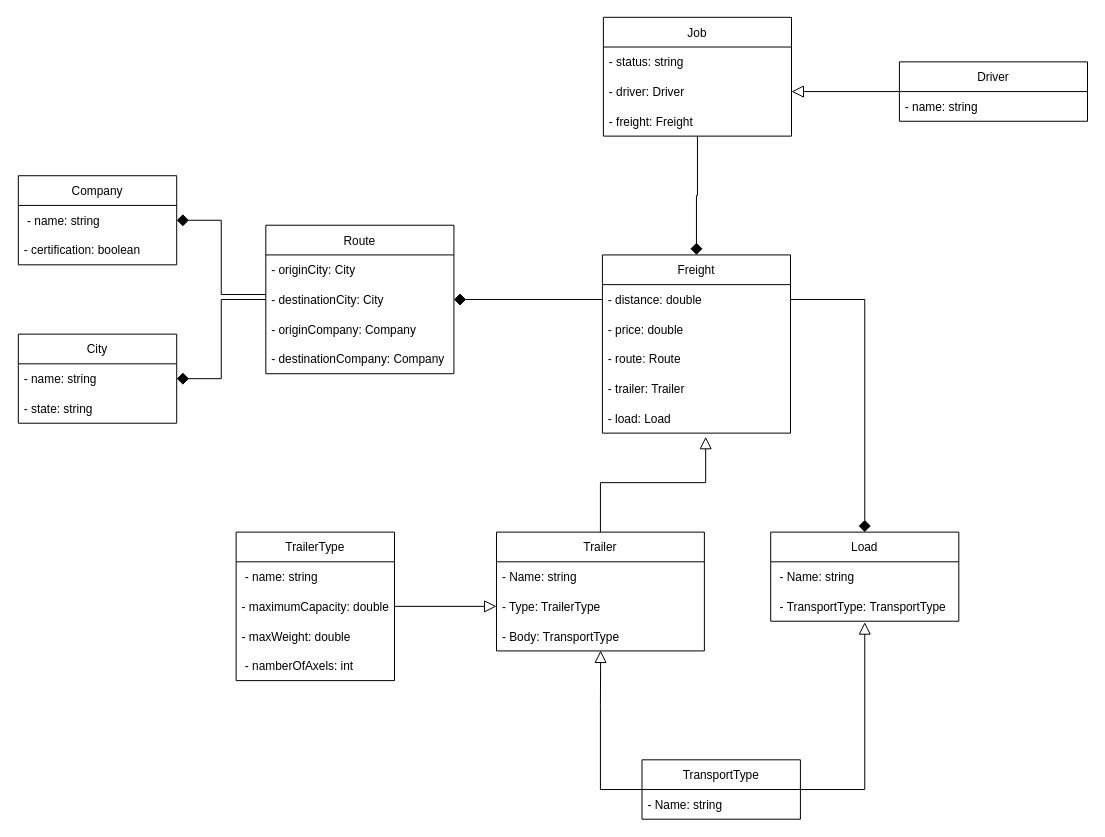
Above: diagramaDeClasse-TecnologiaEmDesenvolvimentoDeSistemas.drawio in rafaelomodei/meufrete (draw.io), before the change. Source tidied: cells renumbered, new cells numbered last; positions are measured from the earlier drawing's top-left corner, leaving out a move shared by most shapes. Both pictures are drawn from the tidied source at 99%, with x=0, y=0 at pixel (18, 17).
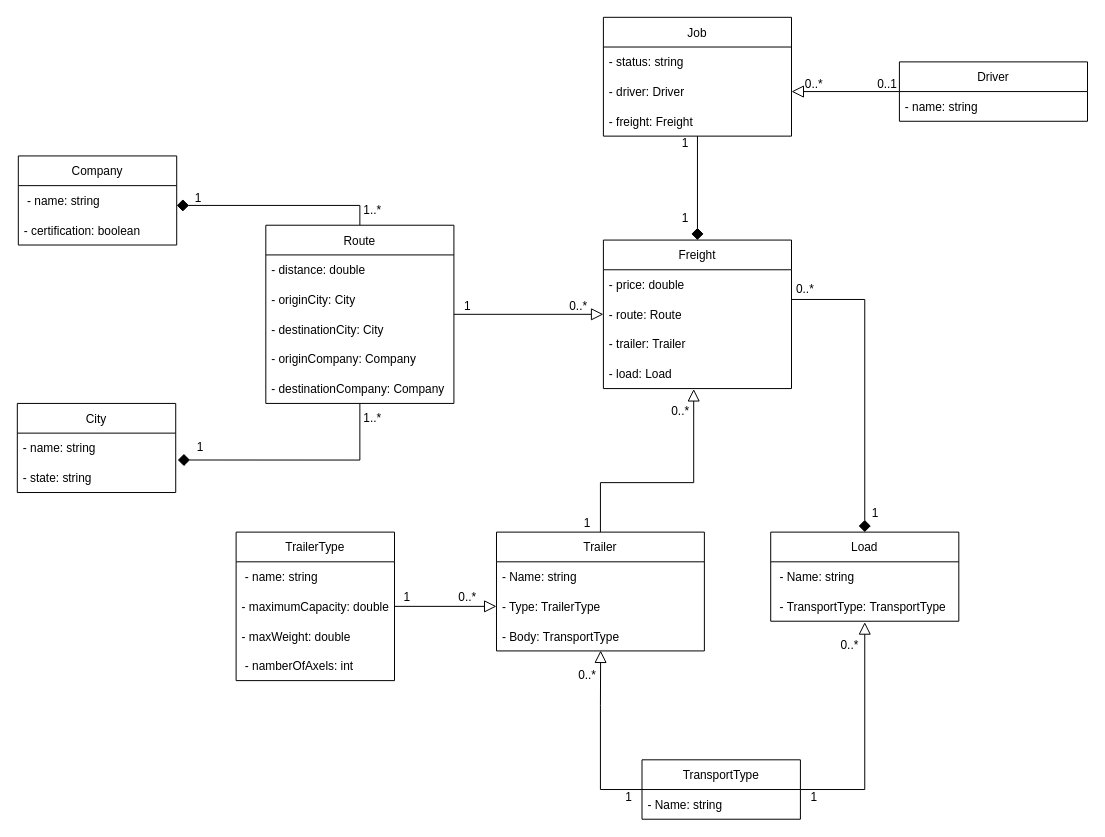
After the change.

Commit message:
multiplicity relation added

The change refers to these unchanged cells:
```xml
<mxCell id="3" value="Trailer" style="swimlane;fontStyle=0;horizontal=1;startSize=30;" parent="1" vertex="1">
  <mxGeometry x="483" y="520" width="210" height="120" as="geometry" />
</mxCell>
<mxCell id="8" value=" - name: string" style="text;strokeColor=none;fillColor=none;align=left;verticalAlign=middle;spacingLeft=4;spacingRight=4;overflow=hidden;points=[[0,0.5],[1,0.5]];portConstraint=eastwest;" parent="7" vertex="1">
  <mxGeometry y="30" width="160" height="30" as="geometry" />
</mxCell>
<mxCell id="19" value="- name: string" style="text;strokeColor=none;fillColor=none;align=left;verticalAlign=middle;spacingLeft=4;spacingRight=4;overflow=hidden;points=[[0,0.5],[1,0.5]];portConstraint=eastwest;" parent="18" vertex="1">
  <mxGeometry y="30" width="160" height="30" as="geometry" />
</mxCell>
```

Change to the diagram source:
```diff
@@
-    <mxCell id="2" style="edgeStyle=orthogonalEdgeStyle;rounded=0;jettySize=auto;html=1;entryX=0.549;entryY=1.124;entryDx=0;entryDy=0;entryPerimeter=0;endArrow=block;endFill=0;endSize=10;strokeWidth=1;" parent="1" edge="1" source="3" target="27">
+    <mxCell id="2" style="edgeStyle=orthogonalEdgeStyle;rounded=0;jettySize=auto;html=1;entryX=0.48;entryY=1.016;entryDx=0;entryDy=0;entryPerimeter=0;endArrow=block;endFill=0;endSize=10;strokeWidth=1;" parent="1" edge="1" source="3" target="27">
       <mxGeometry relative="1" as="geometry">
         <Array as="points">
           <mxPoint x="588" y="470" />
-          <mxPoint x="694" y="470" />
+          <mxPoint x="682" y="470" />
         </Array>
       </mxGeometry>
     </mxCell>
@@
     <mxCell id="7" value="Company" style="swimlane;fontStyle=0;horizontal=1;startSize=30;" parent="1" vertex="1">
-      <mxGeometry y="160" width="160" height="90" as="geometry" />
+      <mxGeometry y="140" width="160" height="90" as="geometry" />
     </mxCell>
@@
     <mxCell id="18" value="City" style="swimlane;fontStyle=0;horizontal=1;startSize=30;" parent="1" vertex="1">
-      <mxGeometry y="320" width="160" height="90" as="geometry" />
+      <mxGeometry x="-1" y="390" width="160" height="90" as="geometry" />
     </mxCell>
@@
     <mxCell id="22" value="Freight" style="swimlane;fontStyle=0;horizontal=1;startSize=30;" parent="1" vertex="1">
-      <mxGeometry x="590" y="240" width="190" height="180" as="geometry" />
+      <mxGeometry x="591" y="225" width="190" height="150" as="geometry" />
     </mxCell>
-    <mxCell id="23" value="- distance: double" style="text;strokeColor=none;fillColor=none;align=left;verticalAlign=middle;spacingLeft=4;spacingRight=4;overflow=hidden;points=[[0,0.5],[1,0.5]];portConstraint=eastwest;" parent="22" vertex="1">
-      <mxGeometry y="30" width="190" height="30" as="geometry" />
-    </mxCell>
     <mxCell id="24" value="- price: double" style="text;strokeColor=none;fillColor=none;align=left;verticalAlign=middle;spacingLeft=4;spacingRight=4;overflow=hidden;" parent="22" vertex="1">
-      <mxGeometry y="60" width="190" height="30" as="geometry" />
+      <mxGeometry y="30" width="190" height="30" as="geometry" />
     </mxCell>
     <mxCell id="25" value="- route: Route" style="text;strokeColor=none;fillColor=none;align=left;verticalAlign=middle;spacingLeft=4;spacingRight=4;overflow=hidden;points=[[0,0.5],[1,0.5]];portConstraint=eastwest;" parent="22" vertex="1">
-      <mxGeometry y="90" width="190" height="30" as="geometry" />
+      <mxGeometry y="60" width="190" height="30" as="geometry" />
     </mxCell>
     <mxCell id="26" value="- trailer: Trailer" style="text;strokeColor=none;fillColor=none;align=left;verticalAlign=middle;spacingLeft=4;spacingRight=4;overflow=hidden;" parent="22" vertex="1">
-      <mxGeometry y="120" width="190" height="30" as="geometry" />
+      <mxGeometry y="90" width="190" height="30" as="geometry" />
     </mxCell>
     <mxCell id="27" value="- load: Load" style="text;strokeColor=none;fillColor=none;align=left;verticalAlign=middle;spacingLeft=4;spacingRight=4;overflow=hidden;points=[[0,0.5],[1,0.5]];portConstraint=eastwest;" parent="22" vertex="1">
-      <mxGeometry y="150" width="190" height="30" as="geometry" />
+      <mxGeometry y="120" width="190" height="30" as="geometry" />
     </mxCell>
@@
-    <mxCell id="32" style="edgeStyle=orthogonalEdgeStyle;rounded=0;jettySize=auto;html=1;entryX=1;entryY=0.5;entryDx=0;entryDy=0;endArrow=diamond;endFill=1;endSize=10;" parent="1" edge="1" source="34" target="19">
-      <mxGeometry relative="1" as="geometry" />
+    <mxCell id="32" style="edgeStyle=orthogonalEdgeStyle;rounded=0;jettySize=auto;html=1;endArrow=diamond;endFill=1;endSize=10;entryX=1.013;entryY=0.905;entryDx=0;entryDy=0;entryPerimeter=0;" parent="1" edge="1" source="34" target="19">
+      <mxGeometry relative="1" as="geometry">
+        <Array as="points">
+          <mxPoint x="345" y="447" />
+        </Array>
+      </mxGeometry>
     </mxCell>
-    <mxCell id="33" style="edgeStyle=orthogonalEdgeStyle;rounded=0;jettySize=auto;html=1;entryX=1;entryY=0.5;entryDx=0;entryDy=0;endArrow=diamond;endFill=1;endSize=10;" parent="1" edge="1" source="34" target="8">
+    <mxCell id="33" style="edgeStyle=orthogonalEdgeStyle;rounded=0;jettySize=auto;html=1;endArrow=diamond;endFill=1;endSize=10;" parent="1" edge="1" source="34">
       <mxGeometry relative="1" as="geometry">
+        <mxPoint x="160" y="190" as="targetPoint" />
         <Array as="points">
-          <mxPoint x="205" y="280" />
-          <mxPoint x="205" y="205" />
+          <mxPoint x="345" y="190" />
+          <mxPoint x="160" y="190" />
         </Array>
       </mxGeometry>
     </mxCell>
+    <mxCell id="49" style="edgeStyle=orthogonalEdgeStyle;rounded=0;jettySize=auto;html=1;entryX=0;entryY=0.5;entryDx=0;entryDy=0;endArrow=block;endFill=0;endSize=10;strokeWidth=1;" parent="1" edge="1" source="34" target="25">
+      <mxGeometry relative="1" as="geometry" />
+    </mxCell>
     <mxCell id="34" value="Route" style="swimlane;fontStyle=0;horizontal=1;startSize=30;" parent="1" vertex="1">
-      <mxGeometry x="250" y="210" width="190" height="150" as="geometry" />
+      <mxGeometry x="250" y="210" width="190" height="180" as="geometry" />
     </mxCell>
+    <mxCell id="23" value="- distance: double" style="text;strokeColor=none;fillColor=none;align=left;verticalAlign=middle;spacingLeft=4;spacingRight=4;overflow=hidden;points=[[0,0.5],[1,0.5]];portConstraint=eastwest;" parent="34" vertex="1">
+      <mxGeometry y="30" width="190" height="30" as="geometry" />
+    </mxCell>
     <mxCell id="35" value="- originCity: City" style="text;strokeColor=none;fillColor=none;align=left;verticalAlign=middle;spacingLeft=4;spacingRight=4;overflow=hidden;" parent="34" vertex="1">
-      <mxGeometry y="30" width="190" height="30" as="geometry" />
+      <mxGeometry y="60" width="190" height="30" as="geometry" />
     </mxCell>
     <mxCell id="36" value="- destinationCity: City" style="text;strokeColor=none;fillColor=none;align=left;verticalAlign=middle;spacingLeft=4;spacingRight=4;overflow=hidden;points=[[0,0.5],[1,0.5]];portConstraint=eastwest;" parent="34" vertex="1">
-      <mxGeometry y="60" width="190" height="30" as="geometry" />
+      <mxGeometry y="90" width="190" height="30" as="geometry" />
     </mxCell>
     <mxCell id="37" value="- originCompany: Company" style="text;strokeColor=none;fillColor=none;align=left;verticalAlign=middle;spacingLeft=4;spacingRight=4;overflow=hidden;" parent="34" vertex="1">
-      <mxGeometry y="90" width="190" height="30" as="geometry" />
+      <mxGeometry y="120" width="190" height="30" as="geometry" />
     </mxCell>
     <mxCell id="38" value="- destinationCompany: Company" style="text;strokeColor=none;fillColor=none;align=left;verticalAlign=middle;spacingLeft=4;spacingRight=4;overflow=hidden;" parent="34" vertex="1">
-      <mxGeometry y="120" width="190" height="30" as="geometry" />
+      <mxGeometry y="150" width="190" height="30" as="geometry" />
     </mxCell>
@@
-    <mxCell id="40" style="edgeStyle=orthogonalEdgeStyle;rounded=0;jettySize=auto;html=1;entryX=1;entryY=0.5;entryDx=0;entryDy=0;endArrow=diamond;endFill=1;strokeWidth=1;endSize=10;" parent="1" edge="1" source="23" target="36">
-      <mxGeometry relative="1" as="geometry" />
-    </mxCell>
@@
+    <mxCell id="50" value="1..*" style="text;html=1;strokeColor=none;fillColor=none;align=center;verticalAlign=middle;whiteSpace=wrap;rounded=0;" parent="1" vertex="1">
+      <mxGeometry x="348" y="400" width="20" height="10" as="geometry" />
+    </mxCell>
+    <mxCell id="51" value="1..*" style="text;html=1;strokeColor=none;fillColor=none;align=center;verticalAlign=middle;whiteSpace=wrap;rounded=0;" parent="1" vertex="1">
+      <mxGeometry x="348" y="190" width="20" height="10" as="geometry" />
+    </mxCell>
+    <mxCell id="52" value="1" style="text;html=1;strokeColor=none;fillColor=none;align=center;verticalAlign=middle;whiteSpace=wrap;rounded=0;" parent="1" vertex="1">
+      <mxGeometry x="172" y="178" width="20" height="10" as="geometry" />
+    </mxCell>
+    <mxCell id="53" value="1" style="text;html=1;strokeColor=none;fillColor=none;align=center;verticalAlign=middle;whiteSpace=wrap;rounded=0;" parent="1" vertex="1">
+      <mxGeometry x="174" y="430" width="20" height="10" as="geometry" />
+    </mxCell>
+    <mxCell id="54" value="1" style="text;html=1;strokeColor=none;fillColor=none;align=center;verticalAlign=middle;whiteSpace=wrap;rounded=0;" parent="1" vertex="1">
+      <mxGeometry x="444" y="287" width="20" height="10" as="geometry" />
+    </mxCell>
+    <mxCell id="55" value="0..*" style="text;html=1;strokeColor=none;fillColor=none;align=center;verticalAlign=middle;whiteSpace=wrap;rounded=0;" parent="1" vertex="1">
+      <mxGeometry x="556" y="287" width="20" height="10" as="geometry" />
+    </mxCell>
+    <mxCell id="56" value="1" style="text;html=1;strokeColor=none;fillColor=none;align=center;verticalAlign=middle;whiteSpace=wrap;rounded=0;" parent="1" vertex="1">
+      <mxGeometry x="664" y="198" width="20" height="10" as="geometry" />
+    </mxCell>
+    <mxCell id="57" value="0..*" style="text;html=1;strokeColor=none;fillColor=none;align=center;verticalAlign=middle;whiteSpace=wrap;rounded=0;" parent="1" vertex="1">
+      <mxGeometry x="794" y="63" width="20" height="10" as="geometry" />
+    </mxCell>
+    <mxCell id="58" value="0..1" style="text;html=1;strokeColor=none;fillColor=none;align=center;verticalAlign=middle;whiteSpace=wrap;rounded=0;" parent="1" vertex="1">
+      <mxGeometry x="868" y="63" width="20" height="10" as="geometry" />
+    </mxCell>
+    <mxCell id="59" value="1" style="text;html=1;strokeColor=none;fillColor=none;align=center;verticalAlign=middle;whiteSpace=wrap;rounded=0;" parent="1" vertex="1">
+      <mxGeometry x="664" y="122" width="20" height="10" as="geometry" />
+    </mxCell>
+    <mxCell id="60" value="1" style="text;html=1;strokeColor=none;fillColor=none;align=center;verticalAlign=middle;whiteSpace=wrap;rounded=0;" parent="1" vertex="1">
+      <mxGeometry x="565" y="506" width="20" height="10" as="geometry" />
+    </mxCell>
+    <mxCell id="61" value="0..*" style="text;html=1;strokeColor=none;fillColor=none;align=center;verticalAlign=middle;whiteSpace=wrap;rounded=0;" parent="1" vertex="1">
+      <mxGeometry x="659" y="393" width="20" height="10" as="geometry" />
+    </mxCell>
+    <mxCell id="62" value="1" style="text;html=1;strokeColor=none;fillColor=none;align=center;verticalAlign=middle;whiteSpace=wrap;rounded=0;" parent="1" vertex="1">
+      <mxGeometry x="383" y="581" width="20" height="10" as="geometry" />
+    </mxCell>
+    <mxCell id="63" value="0..*" style="text;html=1;strokeColor=none;fillColor=none;align=center;verticalAlign=middle;whiteSpace=wrap;rounded=0;" parent="1" vertex="1">
+      <mxGeometry x="444" y="581" width="20" height="10" as="geometry" />
+    </mxCell>
+    <mxCell id="64" value="1" style="text;html=1;strokeColor=none;fillColor=none;align=center;verticalAlign=middle;whiteSpace=wrap;rounded=0;" parent="1" vertex="1">
+      <mxGeometry x="607" y="783" width="20" height="10" as="geometry" />
+    </mxCell>
+    <mxCell id="65" value="0..*" style="text;html=1;strokeColor=none;fillColor=none;align=center;verticalAlign=middle;whiteSpace=wrap;rounded=0;" parent="1" vertex="1">
+      <mxGeometry x="565" y="660" width="20" height="10" as="geometry" />
+    </mxCell>
+    <mxCell id="66" value="1" style="text;html=1;strokeColor=none;fillColor=none;align=center;verticalAlign=middle;whiteSpace=wrap;rounded=0;" parent="1" vertex="1">
+      <mxGeometry x="794" y="783" width="20" height="10" as="geometry" />
+    </mxCell>
+    <mxCell id="67" value="0..*" style="text;html=1;strokeColor=none;fillColor=none;align=center;verticalAlign=middle;whiteSpace=wrap;rounded=0;" parent="1" vertex="1">
+      <mxGeometry x="830" y="630" width="20" height="10" as="geometry" />
+    </mxCell>
+    <mxCell id="68" value="1" style="text;html=1;strokeColor=none;fillColor=none;align=center;verticalAlign=middle;whiteSpace=wrap;rounded=0;" parent="1" vertex="1">
+      <mxGeometry x="856" y="496" width="20" height="10" as="geometry" />
+    </mxCell>
+    <mxCell id="69" value="0..*" style="text;html=1;strokeColor=none;fillColor=none;align=center;verticalAlign=middle;whiteSpace=wrap;rounded=0;" parent="1" vertex="1">
+      <mxGeometry x="785" y="270" width="20" height="10" as="geometry" />
+    </mxCell>
```
